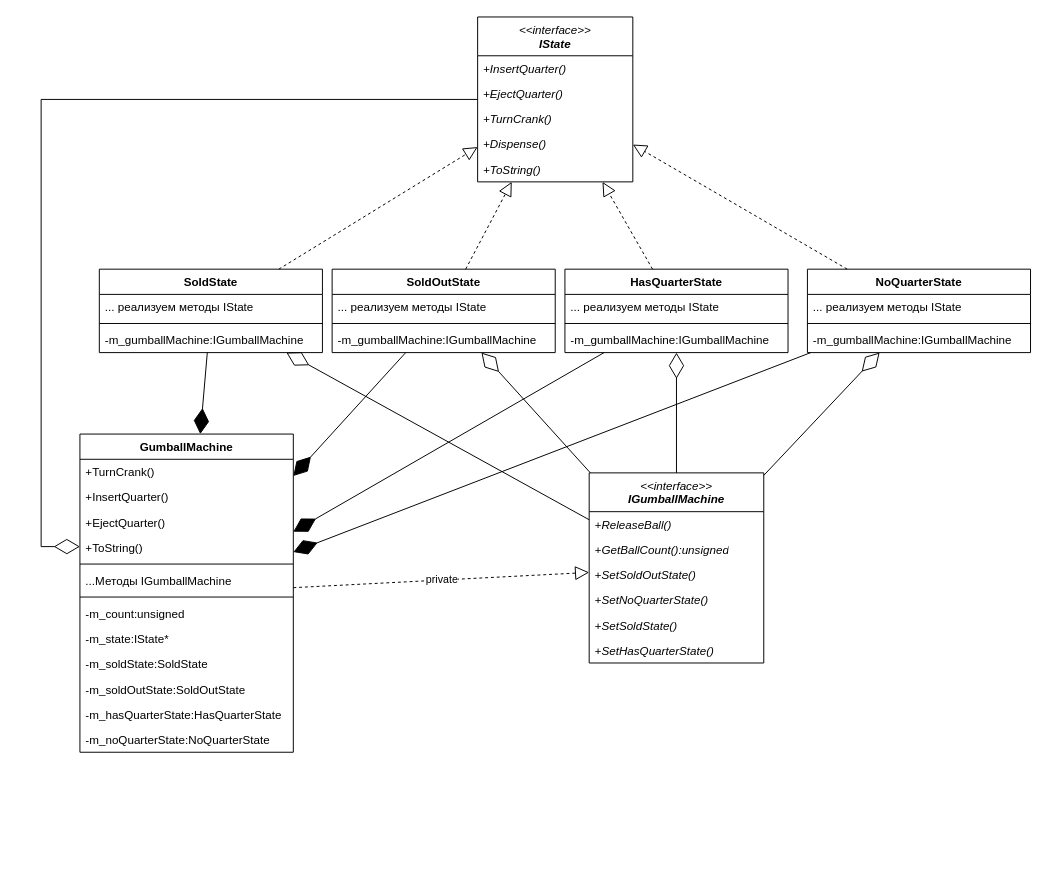
Earlier version of the draw.io diagram lab8/uml/state.drawio (SafarovT/ood-labs). Source tidied: cells renumbered, new cells numbered last; positions are measured from the earlier drawing's top-left corner, leaving out a move shared by most shapes. Both pictures are drawn from the tidied source at 97%, with x=0, y=0 at pixel (41, 16).
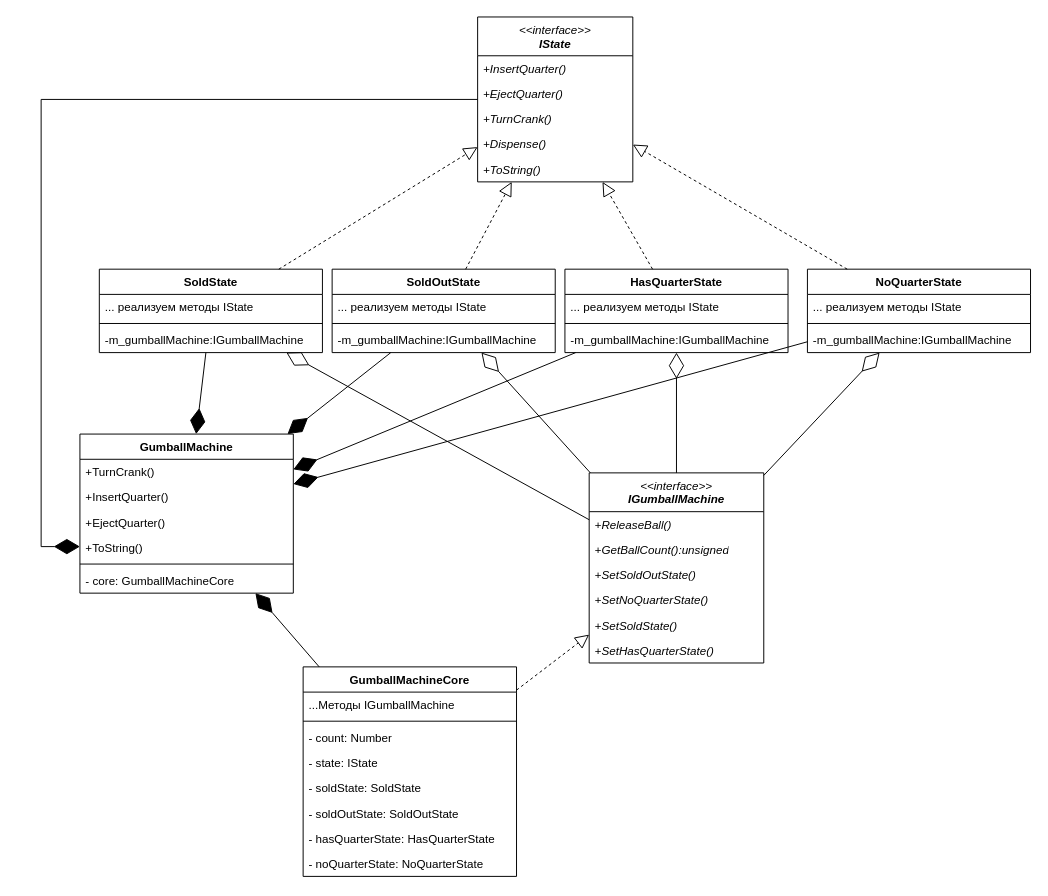
After the change.

The change refers to these unchanged cells:
```xml
<mxCell id="2" value="&lt;i style=&quot;font-weight: normal;&quot;&gt;&amp;lt;&amp;lt;interface&amp;gt;&amp;gt;&lt;/i&gt;&lt;br&gt;&lt;i&gt;IState&lt;/i&gt;" style="swimlane;fontStyle=1;align=center;verticalAlign=top;horizontal=1;startSize=40;whiteSpace=wrap;html=1;" parent="1" vertex="1">
  <mxGeometry x="449.9" width="160" height="170" as="geometry" />
</mxCell>
<mxCell id="28" value="&lt;i style=&quot;font-weight: normal;&quot;&gt;&amp;lt;&amp;lt;interface&amp;gt;&amp;gt;&lt;/i&gt;&lt;br&gt;&lt;i&gt;IGumballMachine&lt;/i&gt;" style="swimlane;fontStyle=1;align=center;verticalAlign=top;horizontal=1;startSize=40;whiteSpace=wrap;html=1;" parent="1" vertex="1">
  <mxGeometry x="564.9" y="470" width="180" height="196" as="geometry" />
</mxCell>
```

The edit, as a diff of the source:
```diff
@@
     <mxCell id="39" value="GumballMachine" style="swimlane;fontStyle=1;align=center;verticalAlign=top;horizontal=1;startSize=26;whiteSpace=wrap;html=1;" parent="1" vertex="1">
-      <mxGeometry x="39.9" y="430" width="220" height="328" as="geometry" />
+      <mxGeometry x="39.9" y="430" width="220" height="164" as="geometry" />
     </mxCell>
@@
-    <mxCell id="45" value="...Методы IGumballMachine" style="text;strokeColor=none;fillColor=none;align=left;verticalAlign=top;spacingLeft=4;spacingRight=4;overflow=hidden;whiteSpace=wrap;html=1;" parent="39" vertex="1">
-      <mxGeometry y="138" width="220" height="26" as="geometry" />
-    </mxCell>
-    <mxCell id="46" style="line;strokeWidth=1;fillColor=none;align=left;verticalAlign=middle;spacingTop=-1;spacingLeft=3;spacingRight=3;labelPosition=right;strokeColor=inherit;" parent="39" vertex="1">
-      <mxGeometry y="164" width="220" height="8" as="geometry" />
-    </mxCell>
-    <mxCell id="47" value="-m_count:unsigned" style="text;strokeColor=none;fillColor=none;align=left;verticalAlign=top;spacingLeft=4;spacingRight=4;overflow=hidden;whiteSpace=wrap;html=1;" parent="39" vertex="1">
-      <mxGeometry y="172" width="220" height="26" as="geometry" />
+    <mxCell id="47" value="- core: GumballMachineCore" style="text;strokeColor=none;fillColor=none;align=left;verticalAlign=top;spacingLeft=4;spacingRight=4;overflow=hidden;whiteSpace=wrap;html=1;" parent="39" vertex="1">
+      <mxGeometry y="138" width="220" height="26" as="geometry" />
     </mxCell>
-    <mxCell id="48" value="-m_state:IState*" style="text;strokeColor=none;fillColor=none;align=left;verticalAlign=top;spacingLeft=4;spacingRight=4;overflow=hidden;whiteSpace=wrap;html=1;" parent="39" vertex="1">
-      <mxGeometry y="198" width="220" height="26" as="geometry" />
-    </mxCell>
-    <mxCell id="49" value="-m_soldState:SoldState" style="text;strokeColor=none;fillColor=none;align=left;verticalAlign=top;spacingLeft=4;spacingRight=4;overflow=hidden;whiteSpace=wrap;html=1;" parent="39" vertex="1">
-      <mxGeometry y="224" width="220" height="26" as="geometry" />
-    </mxCell>
-    <mxCell id="50" value="-m_soldOutState:SoldOutState" style="text;strokeColor=none;fillColor=none;align=left;verticalAlign=top;spacingLeft=4;spacingRight=4;overflow=hidden;whiteSpace=wrap;html=1;" parent="39" vertex="1">
-      <mxGeometry y="250" width="220" height="26" as="geometry" />
-    </mxCell>
-    <mxCell id="51" value="-m_hasQuarterState:HasQuarterState" style="text;strokeColor=none;fillColor=none;align=left;verticalAlign=top;spacingLeft=4;spacingRight=4;overflow=hidden;whiteSpace=wrap;html=1;" parent="39" vertex="1">
-      <mxGeometry y="276" width="220" height="26" as="geometry" />
-    </mxCell>
-    <mxCell id="52" value="-m_noQuarterState:NoQuarterState" style="text;strokeColor=none;fillColor=none;align=left;verticalAlign=top;spacingLeft=4;spacingRight=4;overflow=hidden;whiteSpace=wrap;html=1;" parent="39" vertex="1">
-      <mxGeometry y="302" width="220" height="26" as="geometry" />
-    </mxCell>
-    <mxCell id="53" value="private" style="endArrow=block;dashed=1;endFill=0;endSize=12;html=1;rounded=0;" parent="1" edge="1" source="39" target="28">
+    <mxCell id="53" style="endArrow=block;dashed=1;endFill=0;endSize=12;html=1;rounded=0;" parent="1" edge="1" source="59" target="28">
       <mxGeometry relative="1" as="geometry" />
     </mxCell>
@@
-    <mxCell id="58" style="endArrow=diamondThin;endFill=0;endSize=24;html=1;rounded=0;edgeStyle=orthogonalEdgeStyle;" parent="1" edge="1" source="2" target="39">
+    <mxCell id="58" style="endArrow=diamondThin;endFill=1;endSize=24;html=1;rounded=0;edgeStyle=orthogonalEdgeStyle;" parent="1" edge="1" source="2" target="39">
       <mxGeometry relative="1" as="geometry">
         <Array as="points">
           <mxPoint x="-0.1" y="85" />
           <mxPoint x="-0.1" y="546" />
         </Array>
       </mxGeometry>
     </mxCell>
+    <mxCell id="59" value="GumballMachineCore" style="swimlane;fontStyle=1;align=center;verticalAlign=top;horizontal=1;startSize=26;whiteSpace=wrap;html=1;" parent="1" vertex="1">
+      <mxGeometry x="270" y="670" width="220" height="216" as="geometry" />
+    </mxCell>
+    <mxCell id="45" value="...Методы IGumballMachine" style="text;strokeColor=none;fillColor=none;align=left;verticalAlign=top;spacingLeft=4;spacingRight=4;overflow=hidden;whiteSpace=wrap;html=1;" parent="59" vertex="1">
+      <mxGeometry y="26" width="220" height="26" as="geometry" />
+    </mxCell>
+    <mxCell id="60" style="line;strokeWidth=1;fillColor=none;align=left;verticalAlign=middle;spacingTop=-1;spacingLeft=3;spacingRight=3;labelPosition=right;strokeColor=inherit;" parent="59" vertex="1">
+      <mxGeometry y="52" width="220" height="8" as="geometry" />
+    </mxCell>
+    <mxCell id="61" value="- count: Number" style="text;strokeColor=none;fillColor=none;align=left;verticalAlign=top;spacingLeft=4;spacingRight=4;overflow=hidden;whiteSpace=wrap;html=1;" parent="59" vertex="1">
+      <mxGeometry y="60" width="220" height="26" as="geometry" />
+    </mxCell>
+    <mxCell id="62" value="- state: IState" style="text;strokeColor=none;fillColor=none;align=left;verticalAlign=top;spacingLeft=4;spacingRight=4;overflow=hidden;whiteSpace=wrap;html=1;" parent="59" vertex="1">
+      <mxGeometry y="86" width="220" height="26" as="geometry" />
+    </mxCell>
+    <mxCell id="63" value="- soldState: SoldState" style="text;strokeColor=none;fillColor=none;align=left;verticalAlign=top;spacingLeft=4;spacingRight=4;overflow=hidden;whiteSpace=wrap;html=1;" parent="59" vertex="1">
+      <mxGeometry y="112" width="220" height="26" as="geometry" />
+    </mxCell>
+    <mxCell id="64" value="- soldOutState: SoldOutState" style="text;strokeColor=none;fillColor=none;align=left;verticalAlign=top;spacingLeft=4;spacingRight=4;overflow=hidden;whiteSpace=wrap;html=1;" parent="59" vertex="1">
+      <mxGeometry y="138" width="220" height="26" as="geometry" />
+    </mxCell>
+    <mxCell id="65" value="- hasQuarterState: HasQuarterState" style="text;strokeColor=none;fillColor=none;align=left;verticalAlign=top;spacingLeft=4;spacingRight=4;overflow=hidden;whiteSpace=wrap;html=1;" parent="59" vertex="1">
+      <mxGeometry y="164" width="220" height="26" as="geometry" />
+    </mxCell>
+    <mxCell id="66" value="- noQuarterState: NoQuarterState" style="text;strokeColor=none;fillColor=none;align=left;verticalAlign=top;spacingLeft=4;spacingRight=4;overflow=hidden;whiteSpace=wrap;html=1;" parent="59" vertex="1">
+      <mxGeometry y="190" width="220" height="26" as="geometry" />
+    </mxCell>
+    <mxCell id="67" style="endArrow=diamondThin;endFill=1;endSize=24;html=1;rounded=0;" parent="1" edge="1" source="59" target="39">
+      <mxGeometry relative="1" as="geometry" />
+    </mxCell>
```
